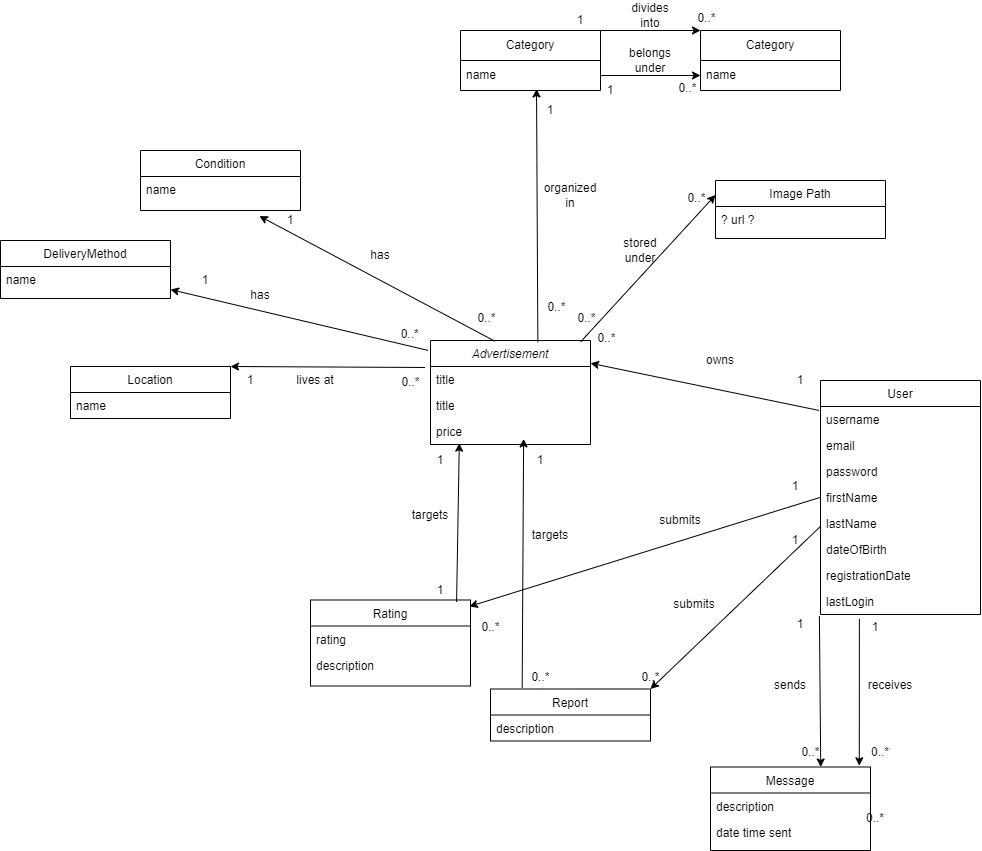
Before: FoxShopNullPointerNinjasOtocyon/src/main/resources/assets/umlGraphic.png, a diagram exported from draw.io (kz44/FoxShop). Source tidied: cells renumbered, new cells last; positions are measured from the earlier drawing's top-left corner, leaving out a move shared by most shapes.
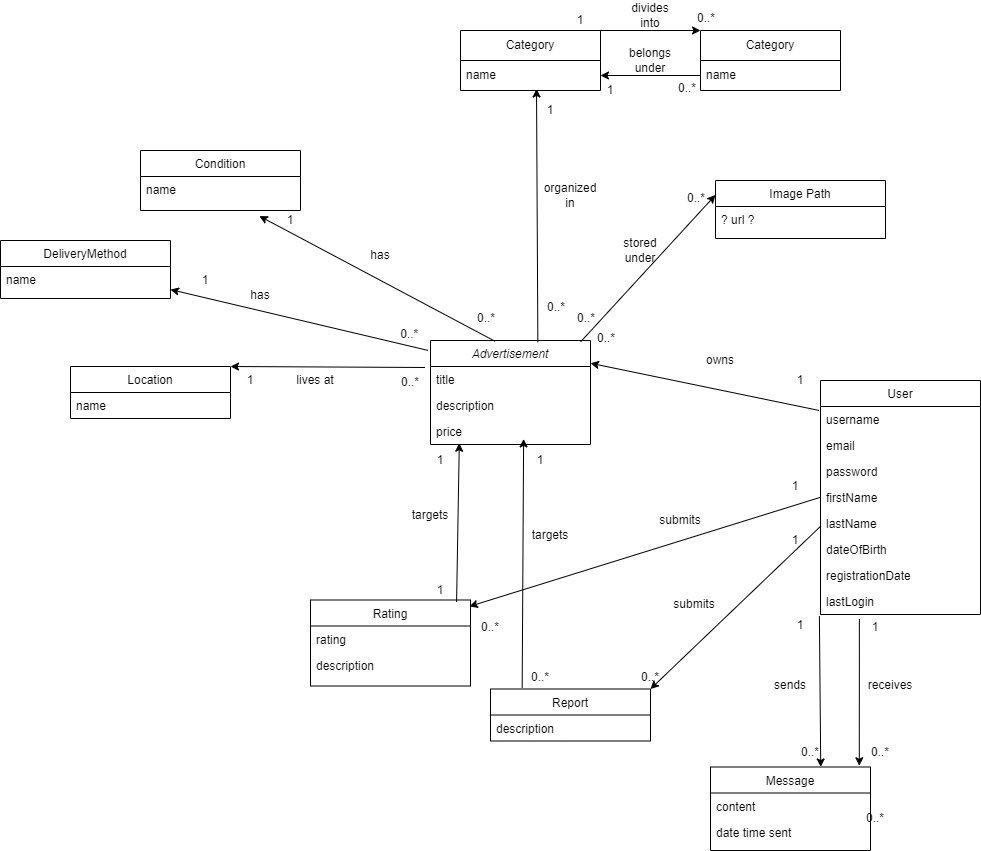
Later version of the same file.

Commit message:
updating graphics according to comments of reviewers of the previous pull request

What changed in the source:
```diff
@@ -8,7 +8,7 @@
     <mxCell id="3" value="title" style="text;align=left;verticalAlign=top;spacingLeft=4;spacingRight=4;overflow=hidden;points=[[0,0.5],[1,0.5]];portConstraint=eastwest;" parent="2" vertex="1">
       <mxGeometry y="26" width="160" height="26" as="geometry" />
     </mxCell>
-    <mxCell id="4" value="title" style="text;align=left;verticalAlign=top;spacingLeft=4;spacingRight=4;overflow=hidden;" parent="2" vertex="1">
+    <mxCell id="4" value="description" style="text;align=left;verticalAlign=top;spacingLeft=4;spacingRight=4;overflow=hidden;" parent="2" vertex="1">
       <mxGeometry y="52" width="160" height="26" as="geometry" />
     </mxCell>
     <mxCell id="5" value="price" style="text;align=left;verticalAlign=top;spacingLeft=4;spacingRight=4;overflow=hidden;points=[[0,0.5],[1,0.5]];portConstraint=eastwest;rounded=0;shadow=0;html=0;" parent="2" vertex="1">
@@ -23,7 +23,7 @@
     <mxCell id="8" value="Message" style="swimlane;fontStyle=0;align=center;verticalAlign=top;horizontal=1;startSize=26;rounded=0;shadow=0;strokeWidth=1;" parent="1" vertex="1">
       <mxGeometry x="710" y="766.5" width="160" height="83.5" as="geometry" />
     </mxCell>
-    <mxCell id="9" value="description" style="text;align=left;verticalAlign=top;spacingLeft=4;spacingRight=4;overflow=hidden;rounded=0;shadow=0;html=0;" parent="8" vertex="1">
+    <mxCell id="9" value="content" style="text;align=left;verticalAlign=top;spacingLeft=4;spacingRight=4;overflow=hidden;rounded=0;shadow=0;html=0;" parent="8" vertex="1">
       <mxGeometry y="26" width="160" height="26" as="geometry" />
     </mxCell>
     <mxCell id="10" value="date time sent" style="text;align=left;verticalAlign=top;spacingLeft=4;spacingRight=4;overflow=hidden;" parent="8" vertex="1">
@@ -194,9 +194,6 @@
     <mxCell id="61" value="1" style="text;html=1;strokeColor=none;fillColor=none;align=center;verticalAlign=middle;whiteSpace=wrap;rounded=0;" parent="1" vertex="1">
       <mxGeometry x="570" y="10" width="20" height="20" as="geometry" />
     </mxCell>
-    <mxCell id="62" style="endArrow=classic;html=1;rounded=0;exitX=1;exitY=0.5;exitDx=0;exitDy=0;entryX=0;entryY=0.5;entryDx=0;entryDy=0;" parent="1" edge="1" source="53" target="55">
-      <mxGeometry relative="1" as="geometry" />
-    </mxCell>
     <mxCell id="63" value="0..*" style="align=right;verticalAlign=bottom;labelBackgroundColor=none;fontSize=12;" parent="1" vertex="1">
       <mxGeometry x="700" y="130" as="geometry">
         <mxPoint x="-3" y="-34" as="offset" />
@@ -299,5 +296,8 @@
         <mxPoint x="6" y="-14" as="offset" />
       </mxGeometry>
     </mxCell>
+    <mxCell id="62" style="endArrow=classic;html=1;rounded=0;exitX=0;exitY=0.5;exitDx=0;exitDy=0;entryX=1;entryY=0.5;entryDx=0;entryDy=0;" parent="1" edge="1" source="55" target="53">
+      <mxGeometry relative="1" as="geometry" />
+    </mxCell>
   </root>
 </mxGraphModel>
```
